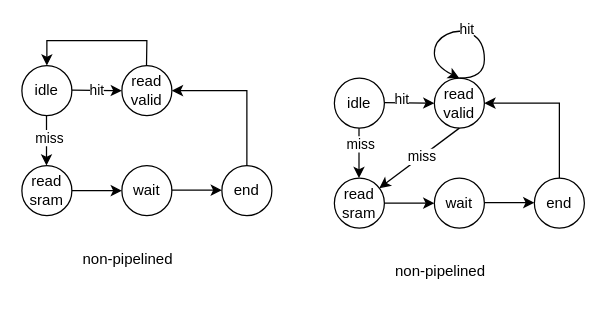
Before: cpu.drawio in DavidZyy/drawio_repo, a draw.io diagram. Source tidied: cells renumbered, new cells numbered last; positions are measured from the earlier drawing's top-left corner, leaving out a move shared by most shapes. Both pictures are drawn from the tidied source at 125%, with x=0, y=0 at pixel (21, 28).
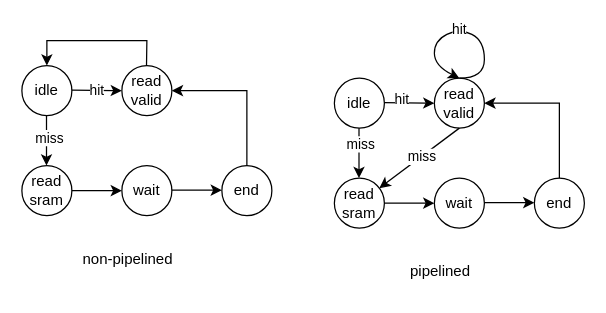
The same diagram, later.

The change refers to these unchanged cells:
```xml
<mxCell id="31" style="curved=1;endArrow=classic;html=1;rounded=0;exitX=0.5;exitY=0;exitDx=0;exitDy=0;" parent="1" edge="1" source="17">
  <mxGeometry relative="1" as="geometry">
    <mxPoint x="350" y="40" as="targetPoint" />
    <Array as="points">
      <mxPoint x="370" y="40" />
      <mxPoint x="370" y="10" />
      <mxPoint x="350" />
      <mxPoint x="330" y="10" />
      <mxPoint x="330" y="30" />
    </Array>
  </mxGeometry>
</mxCell>
```

Change to the diagram source:
```diff
@@
-    <mxCell id="28" value="non-pipelined" style="text;strokeColor=none;align=center;fillColor=none;html=1;verticalAlign=middle;whiteSpace=wrap;rounded=0;" parent="1" vertex="1">
+    <mxCell id="28" value="pipelined" style="text;strokeColor=none;align=center;fillColor=none;html=1;verticalAlign=middle;whiteSpace=wrap;rounded=0;" parent="1" vertex="1">
       <mxGeometry x="280" y="180" width="110" height="30" as="geometry" />
     </mxCell>
@@
     <mxCell id="32" value="hit" style="edgeLabel;html=1;align=center;verticalAlign=middle;" parent="31" vertex="1">
-      <mxGeometry x="-0.02" y="-2" relative="1" as="geometry" />
+      <mxGeometry x="-0.02" y="-2" relative="1" as="geometry">
+        <mxPoint x="-6" as="offset" />
+      </mxGeometry>
     </mxCell>
```
